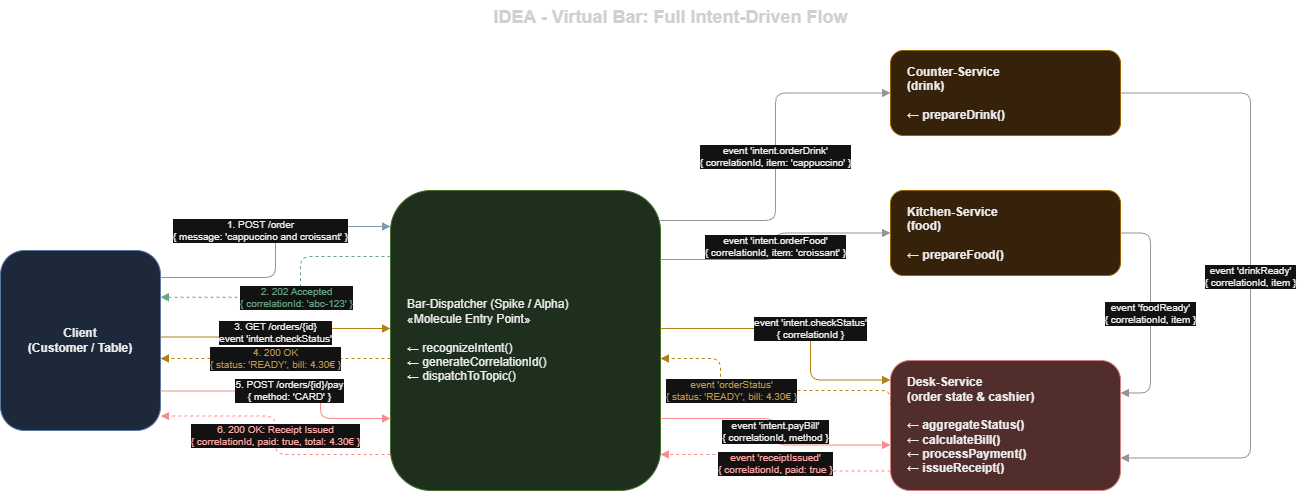
Above: src/main/resources/static/images/schema.png in gvincenzi/idea-virtual-bar (draw.io), before the change. Source tidied: cells renumbered, new cells last; positions are measured from the earlier drawing's top-left corner, leaving out a move shared by most shapes. The source it was exported from:
```xml
<mxGraphModel>
  <root>
    <mxCell id="0" />
    <mxCell id="1" parent="0" />
    <mxCell id="2" value="IDEA - Virtual Bar: Full Intent-Driven Flow" style="text;html=1;fontSize=18;fontStyle=1;align=center;fontColor=#222222;" parent="1" vertex="1">
      <mxGeometry x="420" width="500" height="30" as="geometry" />
    </mxCell>
    <mxCell id="3" value="Client&#10;(Customer / Table)" style="rounded=1;whiteSpace=wrap;html=1;fillColor=#dae8fc;strokeColor=#6c8ebf;fontColor=#000000;fontStyle=1;" parent="1" vertex="1">
      <mxGeometry y="250" width="160" height="180" as="geometry" />
    </mxCell>
    <mxCell id="4" value="Bar-Dispatcher (Spike / Alpha)&#10;«Molecule Entry Point»&#10;&#10;← recognizeIntent()&#10;← generateCorrelationId()&#10;← dispatchToTopic()" style="rounded=1;whiteSpace=wrap;html=1;fillColor=#d5e8d4;strokeColor=#82b366;fontColor=#000000;align=left;spacingLeft=15;" parent="1" vertex="1">
      <mxGeometry x="390" y="190" width="270" height="300" as="geometry" />
    </mxCell>
    <mxCell id="5" value="Counter-Service&#10;(drink)&#10;&#10;← prepareDrink()" style="rounded=1;whiteSpace=wrap;html=1;fillColor=#ffe6cc;strokeColor=#d79b00;fontColor=#000000;fontStyle=1;align=left;spacingLeft=15;" parent="1" vertex="1">
      <mxGeometry x="890" y="50" width="230" height="85" as="geometry" />
    </mxCell>
    <mxCell id="6" value="Kitchen-Service&#10;(food)&#10;&#10;← prepareFood()" style="rounded=1;whiteSpace=wrap;html=1;fillColor=#ffe6cc;strokeColor=#d79b00;fontColor=#000000;fontStyle=1;align=left;spacingLeft=15;" parent="1" vertex="1">
      <mxGeometry x="890" y="190" width="230" height="85" as="geometry" />
    </mxCell>
    <mxCell id="7" value="Desk-Service&#10;(order state &amp; cashier)&#10;&#10;← aggregateStatus()&#10;← calculateBill()&#10;← processPayment()&#10;← issueReceipt()" style="rounded=1;whiteSpace=wrap;html=1;fillColor=#f8cecc;strokeColor=#b85450;fontColor=#000000;fontStyle=1;align=left;spacingLeft=15;" parent="1" vertex="1">
      <mxGeometry x="890" y="360" width="230" height="130" as="geometry" />
    </mxCell>
    <mxCell id="8" value="1. POST /order&#10;{ message: 'cappuccino and croissant' }" style="edgeStyle=orthogonalEdgeStyle;rounded=1;html=1;endArrow=block;fontSize=10;fontColor=#000000;strokeColor=#4a6b82;exitX=1;exitY=0.15;entryX=0;entryY=0.12;" parent="1" edge="1" source="3" target="4">
      <mxGeometry x="0.15" y="15" relative="1" as="geometry" />
    </mxCell>
    <mxCell id="9" value="2. 202 Accepted&#10;{ correlationId: 'abc-123' }" style="edgeStyle=orthogonalEdgeStyle;rounded=1;html=1;endArrow=block;dashed=1;fontSize=10;fontColor=#2d7a4d;strokeColor=#2d7a4d;exitX=0;exitY=0.22;entryX=1;entryY=0.26;" parent="1" edge="1" source="4" target="3">
      <mxGeometry relative="1" as="geometry">
        <Array as="points">
          <mxPoint x="300" y="256" />
          <mxPoint x="300" y="296.8" />
        </Array>
      </mxGeometry>
    </mxCell>
    <mxCell id="10" value="event 'intent.orderDrink'&#10;{ correlationId, item: 'cappuccino' }" style="edgeStyle=orthogonalEdgeStyle;rounded=1;html=1;endArrow=block;fontSize=10;fontColor=#000000;strokeColor=#666666;exitX=1;exitY=0.1;entryX=0;entryY=0.5;" parent="1" edge="1" source="4" target="5">
      <mxGeometry relative="1" as="geometry" />
    </mxCell>
    <mxCell id="11" value="event 'intent.orderFood'&#10;{ correlationId, item: 'croissant' }" style="edgeStyle=orthogonalEdgeStyle;rounded=1;html=1;endArrow=block;fontSize=10;fontColor=#000000;strokeColor=#666666;exitX=1;exitY=0.23;entryX=0;entryY=0.5;" parent="1" edge="1" source="4" target="6">
      <mxGeometry relative="1" as="geometry" />
    </mxCell>
    <mxCell id="12" value="event 'drinkReady'&#10;{ correlationId, item }" style="edgeStyle=orthogonalEdgeStyle;rounded=1;html=1;endArrow=block;fontSize=10;fontColor=#000000;strokeColor=#666666;exitX=1;exitY=0.5;entryX=1;entryY=0.75;entryDx=0;entryDy=0;" parent="1" edge="1" source="5" target="7">
      <mxGeometry relative="1" as="geometry">
        <Array as="points">
          <mxPoint x="1250" y="92.5" />
          <mxPoint x="1250" y="457.5" />
        </Array>
      </mxGeometry>
    </mxCell>
    <mxCell id="13" value="event 'foodReady'&#10;{ correlationId, item }" style="edgeStyle=orthogonalEdgeStyle;rounded=1;html=1;endArrow=block;fontSize=10;fontColor=#000000;strokeColor=#666666;exitX=1;exitY=0.5;entryX=1;entryY=0.25;entryDx=0;entryDy=0;" parent="1" edge="1" source="6" target="7">
      <mxGeometry relative="1" as="geometry">
        <Array as="points">
          <mxPoint x="1150" y="232.5" />
          <mxPoint x="1150" y="392.5" />
        </Array>
      </mxGeometry>
    </mxCell>
    <mxCell id="14" value="3. GET /orders/{id}&#10;event 'intent.checkStatus'" style="edgeStyle=orthogonalEdgeStyle;rounded=1;html=1;endArrow=block;fontSize=10;fontColor=#000000;strokeColor=#b87700;exitX=1;exitY=0.48;entryX=0;entryY=0.46;" parent="1" edge="1" source="3" target="4">
      <mxGeometry relative="1" as="geometry" />
    </mxCell>
    <mxCell id="15" value="event 'intent.checkStatus'&#10;{ correlationId }" style="edgeStyle=orthogonalEdgeStyle;rounded=1;html=1;endArrow=block;fontSize=10;fontColor=#000000;strokeColor=#b87700;exitX=1;exitY=0.46;entryX=0;entryY=0.15;" parent="1" edge="1" source="4" target="7">
      <mxGeometry x="0.07" relative="1" as="geometry">
        <Array as="points">
          <mxPoint x="810" y="328" />
          <mxPoint x="810" y="379.5" />
        </Array>
      </mxGeometry>
    </mxCell>
    <mxCell id="16" value="event 'orderStatus'&#10;{ status: 'READY', bill: 4.30€ }" style="edgeStyle=orthogonalEdgeStyle;rounded=1;html=1;endArrow=block;dashed=1;fontSize=10;fontColor=#8c5b00;strokeColor=#b87700;exitX=0;exitY=0.35;entryX=1;entryY=0.56;" parent="1" edge="1" source="7" target="4">
      <mxGeometry x="0.26" relative="1" as="geometry">
        <Array as="points">
          <mxPoint x="890" y="390" />
          <mxPoint x="720" y="390" />
          <mxPoint x="720" y="358" />
        </Array>
        <mxPoint x="1" as="offset" />
      </mxGeometry>
    </mxCell>
    <mxCell id="17" value="4. 200 OK&#10;{ status: 'READY', bill: 4.30€ }" style="edgeStyle=orthogonalEdgeStyle;rounded=1;html=1;endArrow=block;dashed=1;fontSize=10;fontColor=#8c5b00;strokeColor=#b87700;exitX=0;exitY=0.56;entryX=1;entryY=0.60;" parent="1" edge="1" source="4" target="3">
      <mxGeometry relative="1" as="geometry" />
    </mxCell>
    <mxCell id="18" value="5. POST /orders/{id}/pay&#10;{ method: 'CARD' }" style="edgeStyle=orthogonalEdgeStyle;rounded=1;html=1;endArrow=block;fontSize=10;fontColor=#000000;strokeColor=#b83a3a;exitX=1;exitY=0.78;entryX=0;entryY=0.76;" parent="1" edge="1" source="3" target="4">
      <mxGeometry relative="1" as="geometry">
        <Array as="points">
          <mxPoint x="320" y="390.4" />
          <mxPoint x="320" y="418" />
        </Array>
      </mxGeometry>
    </mxCell>
    <mxCell id="19" value="event 'intent.payBill'&#10;{ correlationId, method }" style="edgeStyle=orthogonalEdgeStyle;rounded=1;html=1;endArrow=block;fontSize=10;fontColor=#000000;strokeColor=#b83a3a;exitX=1;exitY=0.76;entryX=0;entryY=0.65;" parent="1" edge="1" source="4" target="7">
      <mxGeometry relative="1" as="geometry" />
    </mxCell>
    <mxCell id="20" value="event 'receiptIssued'&#10;{ correlationId, paid: true }" style="edgeStyle=orthogonalEdgeStyle;rounded=1;html=1;endArrow=block;dashed=1;fontSize=10;fontColor=#992626;strokeColor=#b83a3a;exitX=0;exitY=0.85;entryX=1;entryY=0.88;" parent="1" edge="1" source="7" target="4">
      <mxGeometry relative="1" as="geometry" />
    </mxCell>
    <mxCell id="21" value="6. 200 OK: Receipt Issued&#10;{ correlationId, paid: true, total: 4.30€ }" style="edgeStyle=orthogonalEdgeStyle;rounded=1;html=1;endArrow=block;dashed=1;fontSize=10;fontColor=#992626;strokeColor=#b83a3a;exitX=0;exitY=0.88;entryX=1;entryY=0.92;" parent="1" edge="1" source="4" target="3">
      <mxGeometry relative="1" as="geometry" />
    </mxCell>
  </root>
</mxGraphModel>
```
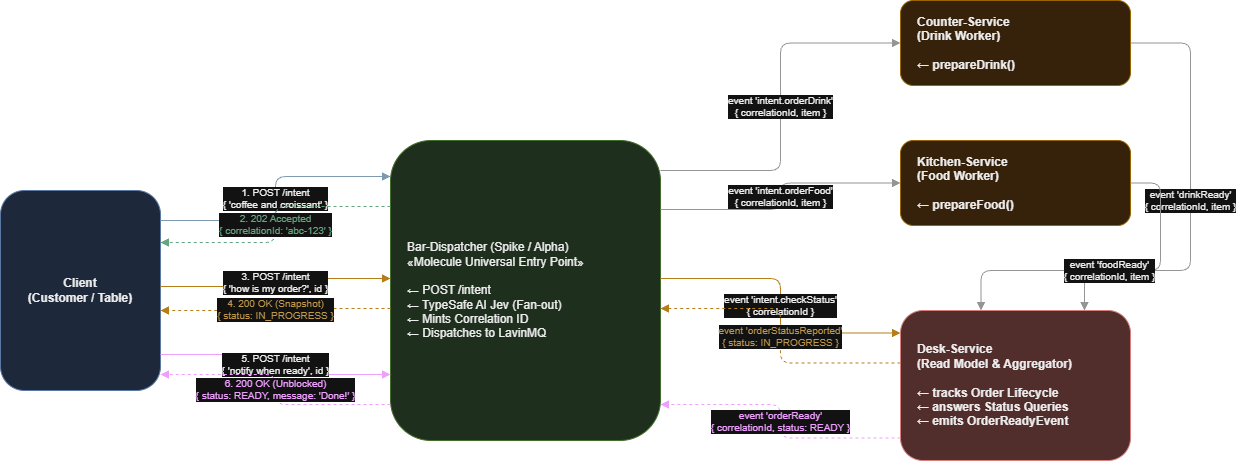
After the commit.

The edit, as a diff of the source:
```diff
@@ -2,97 +2,71 @@
   <root>
     <mxCell id="0" />
     <mxCell id="1" parent="0" />
-    <mxCell id="2" value="IDEA - Virtual Bar: Full Intent-Driven Flow" style="text;html=1;fontSize=18;fontStyle=1;align=center;fontColor=#222222;" parent="1" vertex="1">
-      <mxGeometry x="420" width="500" height="30" as="geometry" />
-    </mxCell>
     <mxCell id="3" value="Client&#10;(Customer / Table)" style="rounded=1;whiteSpace=wrap;html=1;fillColor=#dae8fc;strokeColor=#6c8ebf;fontColor=#000000;fontStyle=1;" parent="1" vertex="1">
-      <mxGeometry y="250" width="160" height="180" as="geometry" />
+      <mxGeometry x="-10" y="240" width="160" height="200" as="geometry" />
     </mxCell>
-    <mxCell id="4" value="Bar-Dispatcher (Spike / Alpha)&#10;«Molecule Entry Point»&#10;&#10;← recognizeIntent()&#10;← generateCorrelationId()&#10;← dispatchToTopic()" style="rounded=1;whiteSpace=wrap;html=1;fillColor=#d5e8d4;strokeColor=#82b366;fontColor=#000000;align=left;spacingLeft=15;" parent="1" vertex="1">
-      <mxGeometry x="390" y="190" width="270" height="300" as="geometry" />
+    <mxCell id="4" value="Bar-Dispatcher (Spike / Alpha)&#10;«Molecule Universal Entry Point»&#10;&#10;← POST /intent&#10;← TypeSafe AI Jev (Fan-out)&#10;← Mints Correlation ID&#10;← Dispatches to LavinMQ" style="rounded=1;whiteSpace=wrap;html=1;fillColor=#d5e8d4;strokeColor=#82b366;fontColor=#000000;align=left;spacingLeft=15;" parent="1" vertex="1">
+      <mxGeometry x="380" y="190" width="270" height="300" as="geometry" />
     </mxCell>
-    <mxCell id="5" value="Counter-Service&#10;(drink)&#10;&#10;← prepareDrink()" style="rounded=1;whiteSpace=wrap;html=1;fillColor=#ffe6cc;strokeColor=#d79b00;fontColor=#000000;fontStyle=1;align=left;spacingLeft=15;" parent="1" vertex="1">
+    <mxCell id="5" value="Counter-Service&#10;(Drink Worker)&#10;&#10;← prepareDrink()" style="rounded=1;whiteSpace=wrap;html=1;fillColor=#ffe6cc;strokeColor=#d79b00;fontColor=#000000;fontStyle=1;align=left;spacingLeft=15;" parent="1" vertex="1">
       <mxGeometry x="890" y="50" width="230" height="85" as="geometry" />
     </mxCell>
-    <mxCell id="6" value="Kitchen-Service&#10;(food)&#10;&#10;← prepareFood()" style="rounded=1;whiteSpace=wrap;html=1;fillColor=#ffe6cc;strokeColor=#d79b00;fontColor=#000000;fontStyle=1;align=left;spacingLeft=15;" parent="1" vertex="1">
+    <mxCell id="6" value="Kitchen-Service&#10;(Food Worker)&#10;&#10;← prepareFood()" style="rounded=1;whiteSpace=wrap;html=1;fillColor=#ffe6cc;strokeColor=#d79b00;fontColor=#000000;fontStyle=1;align=left;spacingLeft=15;" parent="1" vertex="1">
       <mxGeometry x="890" y="190" width="230" height="85" as="geometry" />
     </mxCell>
-    <mxCell id="7" value="Desk-Service&#10;(order state &amp; cashier)&#10;&#10;← aggregateStatus()&#10;← calculateBill()&#10;← processPayment()&#10;← issueReceipt()" style="rounded=1;whiteSpace=wrap;html=1;fillColor=#f8cecc;strokeColor=#b85450;fontColor=#000000;fontStyle=1;align=left;spacingLeft=15;" parent="1" vertex="1">
-      <mxGeometry x="890" y="360" width="230" height="130" as="geometry" />
+    <mxCell id="7" value="Desk-Service&#10;(Read Model &amp; Aggregator)&#10;&#10;← tracks Order Lifecycle&#10;← answers Status Queries&#10;← emits OrderReadyEvent" style="rounded=1;whiteSpace=wrap;html=1;fillColor=#f8cecc;strokeColor=#b85450;fontColor=#000000;fontStyle=1;align=left;spacingLeft=15;" parent="1" vertex="1">
+      <mxGeometry x="890" y="360" width="230" height="150" as="geometry" />
     </mxCell>
-    <mxCell id="8" value="1. POST /order&#10;{ message: 'cappuccino and croissant' }" style="edgeStyle=orthogonalEdgeStyle;rounded=1;html=1;endArrow=block;fontSize=10;fontColor=#000000;strokeColor=#4a6b82;exitX=1;exitY=0.15;entryX=0;entryY=0.12;" parent="1" edge="1" source="3" target="4">
-      <mxGeometry x="0.15" y="15" relative="1" as="geometry" />
+    <mxCell id="8" value="1. POST /intent&#10;{ 'coffee and croissant' }" style="edgeStyle=orthogonalEdgeStyle;rounded=1;html=1;endArrow=block;fontSize=10;fontColor=#000000;strokeColor=#4a6b82;exitX=1;exitY=0.15;entryX=0;entryY=0.12;" parent="1" edge="1" source="3" target="4">
+      <mxGeometry relative="1" as="geometry" />
     </mxCell>
     <mxCell id="9" value="2. 202 Accepted&#10;{ correlationId: 'abc-123' }" style="edgeStyle=orthogonalEdgeStyle;rounded=1;html=1;endArrow=block;dashed=1;fontSize=10;fontColor=#2d7a4d;strokeColor=#2d7a4d;exitX=0;exitY=0.22;entryX=1;entryY=0.26;" parent="1" edge="1" source="4" target="3">
-      <mxGeometry relative="1" as="geometry">
-        <Array as="points">
-          <mxPoint x="300" y="256" />
-          <mxPoint x="300" y="296.8" />
-        </Array>
-      </mxGeometry>
+      <mxGeometry relative="1" as="geometry" />
     </mxCell>
-    <mxCell id="10" value="event 'intent.orderDrink'&#10;{ correlationId, item: 'cappuccino' }" style="edgeStyle=orthogonalEdgeStyle;rounded=1;html=1;endArrow=block;fontSize=10;fontColor=#000000;strokeColor=#666666;exitX=1;exitY=0.1;entryX=0;entryY=0.5;" parent="1" edge="1" source="4" target="5">
+    <mxCell id="10" value="event 'intent.orderDrink'&#10;{ correlationId, item }" style="edgeStyle=orthogonalEdgeStyle;rounded=1;html=1;endArrow=block;fontSize=10;fontColor=#000000;strokeColor=#666666;exitX=1;exitY=0.1;entryX=0;entryY=0.5;" parent="1" edge="1" source="4" target="5">
       <mxGeometry relative="1" as="geometry" />
     </mxCell>
-    <mxCell id="11" value="event 'intent.orderFood'&#10;{ correlationId, item: 'croissant' }" style="edgeStyle=orthogonalEdgeStyle;rounded=1;html=1;endArrow=block;fontSize=10;fontColor=#000000;strokeColor=#666666;exitX=1;exitY=0.23;entryX=0;entryY=0.5;" parent="1" edge="1" source="4" target="6">
+    <mxCell id="11" value="event 'intent.orderFood'&#10;{ correlationId, item }" style="edgeStyle=orthogonalEdgeStyle;rounded=1;html=1;endArrow=block;fontSize=10;fontColor=#000000;strokeColor=#666666;exitX=1;exitY=0.23;entryX=0;entryY=0.5;" parent="1" edge="1" source="4" target="6">
       <mxGeometry relative="1" as="geometry" />
     </mxCell>
-    <mxCell id="12" value="event 'drinkReady'&#10;{ correlationId, item }" style="edgeStyle=orthogonalEdgeStyle;rounded=1;html=1;endArrow=block;fontSize=10;fontColor=#000000;strokeColor=#666666;exitX=1;exitY=0.5;entryX=1;entryY=0.75;entryDx=0;entryDy=0;" parent="1" edge="1" source="5" target="7">
+    <mxCell id="12" value="event 'drinkReady'&#10;{ correlationId, item }" style="edgeStyle=orthogonalEdgeStyle;rounded=1;html=1;endArrow=block;fontSize=10;fontColor=#000000;strokeColor=#666666;exitX=1;exitY=0.5;entryX=0.8;entryY=0;" parent="1" edge="1" source="5" target="7">
       <mxGeometry relative="1" as="geometry">
         <Array as="points">
-          <mxPoint x="1250" y="92.5" />
-          <mxPoint x="1250" y="457.5" />
+          <mxPoint x="1180" y="92" />
+          <mxPoint x="1180" y="320" />
+          <mxPoint x="1074" y="320" />
         </Array>
       </mxGeometry>
     </mxCell>
-    <mxCell id="13" value="event 'foodReady'&#10;{ correlationId, item }" style="edgeStyle=orthogonalEdgeStyle;rounded=1;html=1;endArrow=block;fontSize=10;fontColor=#000000;strokeColor=#666666;exitX=1;exitY=0.5;entryX=1;entryY=0.25;entryDx=0;entryDy=0;" parent="1" edge="1" source="6" target="7">
+    <mxCell id="13" value="event 'foodReady'&#10;{ correlationId, item }" style="edgeStyle=orthogonalEdgeStyle;rounded=1;html=1;endArrow=block;fontSize=10;fontColor=#000000;strokeColor=#666666;exitX=1;exitY=0.5;entryX=0.35;entryY=0;" parent="1" edge="1" source="6" target="7">
       <mxGeometry relative="1" as="geometry">
         <Array as="points">
-          <mxPoint x="1150" y="232.5" />
-          <mxPoint x="1150" y="392.5" />
+          <mxPoint x="1150" y="232" />
+          <mxPoint x="1150" y="320" />
+          <mxPoint x="970" y="320" />
         </Array>
       </mxGeometry>
     </mxCell>
-    <mxCell id="14" value="3. GET /orders/{id}&#10;event 'intent.checkStatus'" style="edgeStyle=orthogonalEdgeStyle;rounded=1;html=1;endArrow=block;fontSize=10;fontColor=#000000;strokeColor=#b87700;exitX=1;exitY=0.48;entryX=0;entryY=0.46;" parent="1" edge="1" source="3" target="4">
+    <mxCell id="14" value="3. POST /intent&#10;{ 'how is my order?', id }" style="edgeStyle=orthogonalEdgeStyle;rounded=1;html=1;endArrow=block;fontSize=10;fontColor=#000000;strokeColor=#b87700;exitX=1;exitY=0.48;entryX=0;entryY=0.46;" parent="1" edge="1" source="3" target="4">
       <mxGeometry relative="1" as="geometry" />
     </mxCell>
     <mxCell id="15" value="event 'intent.checkStatus'&#10;{ correlationId }" style="edgeStyle=orthogonalEdgeStyle;rounded=1;html=1;endArrow=block;fontSize=10;fontColor=#000000;strokeColor=#b87700;exitX=1;exitY=0.46;entryX=0;entryY=0.15;" parent="1" edge="1" source="4" target="7">
-      <mxGeometry x="0.07" relative="1" as="geometry">
-        <Array as="points">
-          <mxPoint x="810" y="328" />
-          <mxPoint x="810" y="379.5" />
-        </Array>
-      </mxGeometry>
+      <mxGeometry relative="1" as="geometry" />
     </mxCell>
-    <mxCell id="16" value="event 'orderStatus'&#10;{ status: 'READY', bill: 4.30€ }" style="edgeStyle=orthogonalEdgeStyle;rounded=1;html=1;endArrow=block;dashed=1;fontSize=10;fontColor=#8c5b00;strokeColor=#b87700;exitX=0;exitY=0.35;entryX=1;entryY=0.56;" parent="1" edge="1" source="7" target="4">
-      <mxGeometry x="0.26" relative="1" as="geometry">
-        <Array as="points">
-          <mxPoint x="890" y="390" />
-          <mxPoint x="720" y="390" />
-          <mxPoint x="720" y="358" />
-        </Array>
-        <mxPoint x="1" as="offset" />
-      </mxGeometry>
+    <mxCell id="16" value="event 'orderStatusReported'&#10;{ status: IN_PROGRESS }" style="edgeStyle=orthogonalEdgeStyle;rounded=1;html=1;endArrow=block;dashed=1;fontSize=10;fontColor=#8c5b00;strokeColor=#b87700;exitX=0;exitY=0.35;entryX=1;entryY=0.56;" parent="1" edge="1" source="7" target="4">
+      <mxGeometry relative="1" as="geometry" />
     </mxCell>
-    <mxCell id="17" value="4. 200 OK&#10;{ status: 'READY', bill: 4.30€ }" style="edgeStyle=orthogonalEdgeStyle;rounded=1;html=1;endArrow=block;dashed=1;fontSize=10;fontColor=#8c5b00;strokeColor=#b87700;exitX=0;exitY=0.56;entryX=1;entryY=0.60;" parent="1" edge="1" source="4" target="3">
+    <mxCell id="17" value="4. 200 OK (Snapshot)&#10;{ status: IN_PROGRESS }" style="edgeStyle=orthogonalEdgeStyle;rounded=1;html=1;endArrow=block;dashed=1;fontSize=10;fontColor=#8c5b00;strokeColor=#b87700;exitX=0;exitY=0.56;entryX=1;entryY=0.60;" parent="1" edge="1" source="4" target="3">
       <mxGeometry relative="1" as="geometry" />
     </mxCell>
-    <mxCell id="18" value="5. POST /orders/{id}/pay&#10;{ method: 'CARD' }" style="edgeStyle=orthogonalEdgeStyle;rounded=1;html=1;endArrow=block;fontSize=10;fontColor=#000000;strokeColor=#b83a3a;exitX=1;exitY=0.78;entryX=0;entryY=0.76;" parent="1" edge="1" source="3" target="4">
-      <mxGeometry relative="1" as="geometry">
-        <Array as="points">
-          <mxPoint x="320" y="390.4" />
-          <mxPoint x="320" y="418" />
-        </Array>
-      </mxGeometry>
+    <mxCell id="18" value="5. POST /intent&#10;{ 'notify when ready', id }" style="edgeStyle=orthogonalEdgeStyle;rounded=1;html=1;endArrow=block;fontSize=10;fontColor=#000000;strokeColor=#7b1fa2;exitX=1;exitY=0.82;entryX=0;entryY=0.78;" parent="1" edge="1" source="3" target="4">
+      <mxGeometry relative="1" as="geometry" />
     </mxCell>
-    <mxCell id="19" value="event 'intent.payBill'&#10;{ correlationId, method }" style="edgeStyle=orthogonalEdgeStyle;rounded=1;html=1;endArrow=block;fontSize=10;fontColor=#000000;strokeColor=#b83a3a;exitX=1;exitY=0.76;entryX=0;entryY=0.65;" parent="1" edge="1" source="4" target="7">
+    <mxCell id="19" value="event 'orderReady'&#10;{ correlationId, status: READY }" style="edgeStyle=orthogonalEdgeStyle;rounded=1;html=1;endArrow=block;dashed=1;fontSize=10;fontColor=#7b1fa2;strokeColor=#7b1fa2;exitX=0;exitY=0.85;entryX=1;entryY=0.88;" parent="1" edge="1" source="7" target="4">
       <mxGeometry relative="1" as="geometry" />
     </mxCell>
-    <mxCell id="20" value="event 'receiptIssued'&#10;{ correlationId, paid: true }" style="edgeStyle=orthogonalEdgeStyle;rounded=1;html=1;endArrow=block;dashed=1;fontSize=10;fontColor=#992626;strokeColor=#b83a3a;exitX=0;exitY=0.85;entryX=1;entryY=0.88;" parent="1" edge="1" source="7" target="4">
+    <mxCell id="20" value="6. 200 OK (Unblocked)&#10;{ status: READY, message: 'Done!' }" style="edgeStyle=orthogonalEdgeStyle;rounded=1;html=1;endArrow=block;dashed=1;fontSize=10;fontColor=#7b1fa2;strokeColor=#7b1fa2;exitX=0;exitY=0.88;entryX=1;entryY=0.92;" parent="1" edge="1" source="4" target="3">
       <mxGeometry relative="1" as="geometry" />
     </mxCell>
-    <mxCell id="21" value="6. 200 OK: Receipt Issued&#10;{ correlationId, paid: true, total: 4.30€ }" style="edgeStyle=orthogonalEdgeStyle;rounded=1;html=1;endArrow=block;dashed=1;fontSize=10;fontColor=#992626;strokeColor=#b83a3a;exitX=0;exitY=0.88;entryX=1;entryY=0.92;" parent="1" edge="1" source="4" target="3">
-      <mxGeometry relative="1" as="geometry" />
-    </mxCell>
   </root>
 </mxGraphModel>
```
